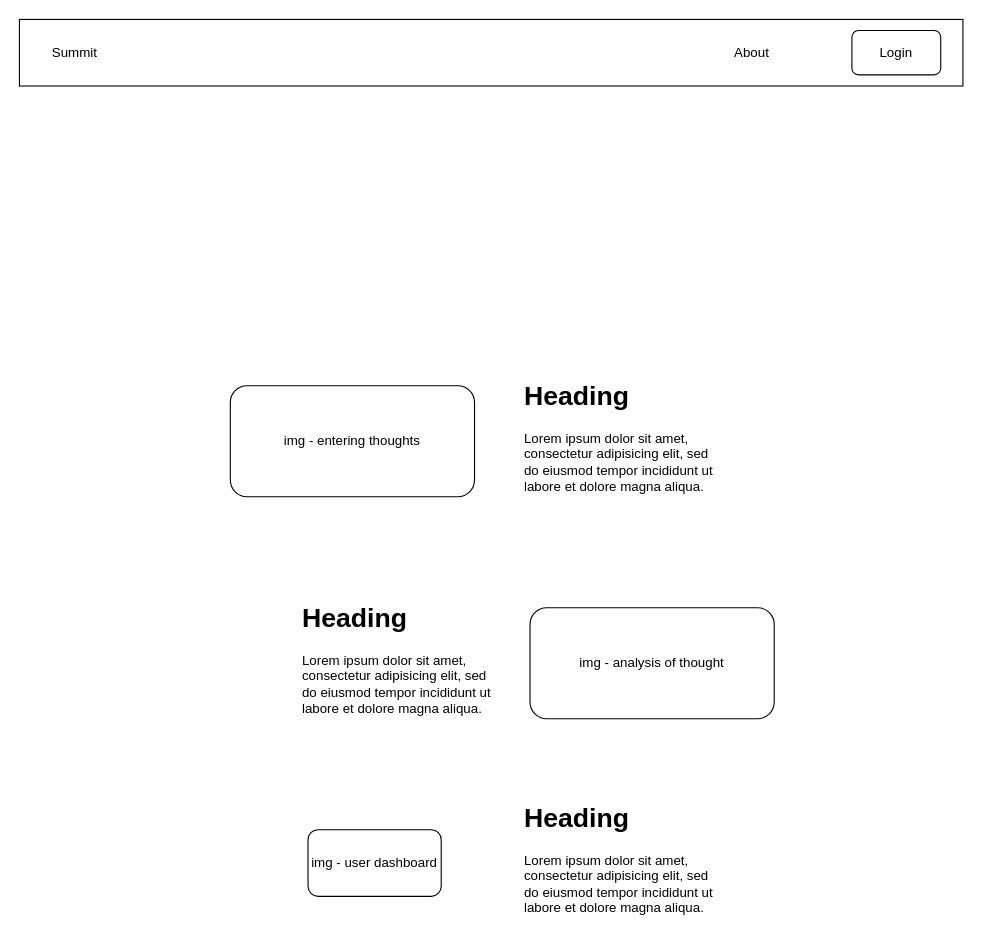
Before: page "Home - Not Logged In" (1 of 7) of planningStuff/Wireframes.dio in arnquic/mental_state_frontend, a draw.io diagram. Source tidied: cells renumbered, new cells numbered last; positions are measured from the earlier drawing's top-left corner, leaving out a move shared by most shapes. Both pictures are drawn from the tidied source at 111%, with x=0, y=0 at pixel (19, 19).
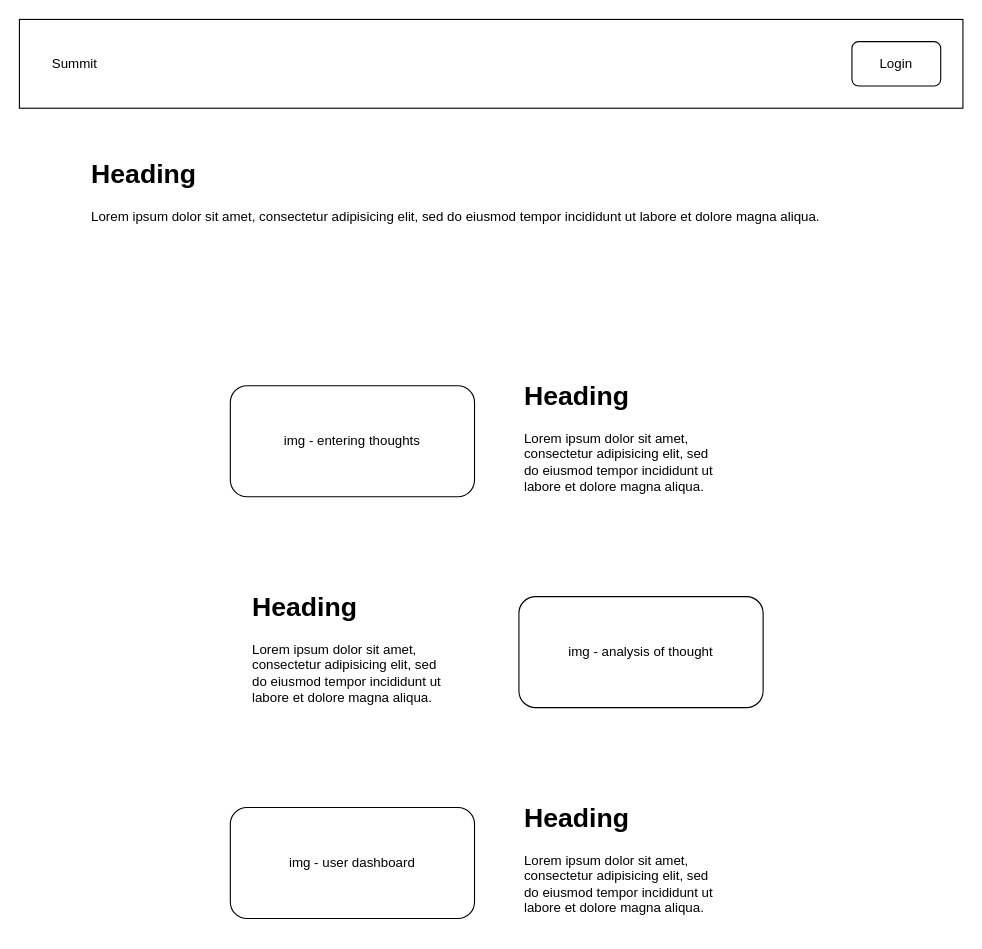
Above is the later version.

Diff of the diagram source:
```diff
@@
 <mxGraphModel>
   <root>
-    <mxCell id="0" />
-    <mxCell id="1" parent="0" />
+    <mxCell id="12" />
+    <mxCell id="13" parent="12" />
+    <mxCell id="11" value="img - user dashboard" style="rounded=1;whiteSpace=wrap;html=1;" parent="13" vertex="1">
+      <mxGeometry x="190" y="710" width="220" height="100" as="geometry" />
+    </mxCell>
-    <mxCell id="2" value="img - analysis of thought" style="rounded=1;whiteSpace=wrap;html=1;" parent="1" vertex="1">
-      <mxGeometry x="460" y="530" width="220" height="100" as="geometry" />
+    <mxCell id="2" value="img - analysis of thought" style="rounded=1;whiteSpace=wrap;html=1;" parent="13" vertex="1">
+      <mxGeometry x="450" y="520" width="220" height="100" as="geometry" />
     </mxCell>
-    <mxCell id="3" value="&lt;h1&gt;Heading&lt;/h1&gt;&lt;p&gt;Lorem ipsum dolor sit amet, consectetur adipisicing elit, sed do eiusmod tempor incididunt ut labore et dolore magna aliqua.&lt;/p&gt;" style="text;html=1;strokeColor=none;fillColor=none;spacing=5;spacingTop=-20;whiteSpace=wrap;overflow=hidden;rounded=0;" parent="1" vertex="1">
+    <mxCell id="3" value="&lt;h1&gt;Heading&lt;/h1&gt;&lt;p&gt;Lorem ipsum dolor sit amet, consectetur adipisicing elit, sed do eiusmod tempor incididunt ut labore et dolore magna aliqua.&lt;/p&gt;" style="text;html=1;strokeColor=none;fillColor=none;spacing=5;spacingTop=-20;whiteSpace=wrap;overflow=hidden;rounded=0;" parent="13" vertex="1">
       <mxGeometry x="450" y="320" width="190" height="120" as="geometry" />
     </mxCell>
-    <mxCell id="4" value="img - entering thoughts" style="rounded=1;whiteSpace=wrap;html=1;" parent="1" vertex="1">
+    <mxCell id="4" value="img - entering thoughts" style="rounded=1;whiteSpace=wrap;html=1;" parent="13" vertex="1">
       <mxGeometry x="190" y="330" width="220" height="100" as="geometry" />
     </mxCell>
-    <mxCell id="5" value="&lt;h1&gt;Heading&lt;/h1&gt;&lt;p&gt;Lorem ipsum dolor sit amet, consectetur adipisicing elit, sed do eiusmod tempor incididunt ut labore et dolore magna aliqua.&lt;/p&gt;" style="text;html=1;strokeColor=none;fillColor=none;spacing=5;spacingTop=-20;whiteSpace=wrap;overflow=hidden;rounded=0;" parent="1" vertex="1">
-      <mxGeometry x="250" y="520" width="190" height="120" as="geometry" />
-    </mxCell>
-    <mxCell id="6" style="rounded=0;whiteSpace=wrap;html=1;" parent="1" vertex="1">
-      <mxGeometry width="850" height="60" as="geometry" />
-    </mxCell>
+    <mxCell id="14" value="&lt;h1&gt;Heading&lt;/h1&gt;&lt;p&gt;Lorem ipsum dolor sit amet, consectetur adipisicing elit, sed do eiusmod tempor incididunt ut labore et dolore magna aliqua.&lt;/p&gt;" style="text;html=1;strokeColor=none;fillColor=none;spacing=5;spacingTop=-20;whiteSpace=wrap;overflow=hidden;rounded=0;" parent="13" vertex="1">
+      <mxGeometry x="205" y="510" width="190" height="120" as="geometry" />
+    </mxCell>
+    <mxCell id="15" style="rounded=0;whiteSpace=wrap;html=1;" parent="13" vertex="1">
+      <mxGeometry width="850" height="80" as="geometry" />
+    </mxCell>
-    <mxCell id="7" value="Login" style="rounded=1;whiteSpace=wrap;html=1;" parent="1" vertex="1">
-      <mxGeometry x="750" y="10" width="80" height="40" as="geometry" />
+    <mxCell id="7" value="Login" style="rounded=1;whiteSpace=wrap;html=1;" parent="13" vertex="1">
+      <mxGeometry x="750" y="20" width="80" height="40" as="geometry" />
     </mxCell>
-    <mxCell id="8" value="Summit" style="text;html=1;strokeColor=none;fillColor=none;align=center;verticalAlign=middle;whiteSpace=wrap;rounded=0;" parent="1" vertex="1">
-      <mxGeometry x="20" y="15" width="60" height="30" as="geometry" />
+    <mxCell id="8" value="Summit" style="text;html=1;strokeColor=none;fillColor=none;align=center;verticalAlign=middle;whiteSpace=wrap;rounded=0;" parent="13" vertex="1">
+      <mxGeometry x="20" y="25" width="60" height="30" as="geometry" />
     </mxCell>
-    <mxCell id="9" value="About" style="text;html=1;strokeColor=none;fillColor=none;align=center;verticalAlign=middle;whiteSpace=wrap;rounded=0;" parent="1" vertex="1">
-      <mxGeometry x="630" y="15" width="60" height="30" as="geometry" />
-    </mxCell>
-    <mxCell id="10" value="&lt;h1&gt;Heading&lt;/h1&gt;&lt;p&gt;Lorem ipsum dolor sit amet, consectetur adipisicing elit, sed do eiusmod tempor incididunt ut labore et dolore magna aliqua.&lt;/p&gt;" style="text;html=1;strokeColor=none;fillColor=none;spacing=5;spacingTop=-20;whiteSpace=wrap;overflow=hidden;rounded=0;" parent="1" vertex="1">
+    <mxCell id="10" value="&lt;h1&gt;Heading&lt;/h1&gt;&lt;p&gt;Lorem ipsum dolor sit amet, consectetur adipisicing elit, sed do eiusmod tempor incididunt ut labore et dolore magna aliqua.&lt;/p&gt;" style="text;html=1;strokeColor=none;fillColor=none;spacing=5;spacingTop=-20;whiteSpace=wrap;overflow=hidden;rounded=0;" parent="13" vertex="1">
       <mxGeometry x="450" y="700" width="190" height="120" as="geometry" />
     </mxCell>
-    <mxCell id="11" value="img - user dashboard" style="rounded=1;whiteSpace=wrap;html=1;" parent="1" vertex="1">
-      <mxGeometry x="260" y="730" width="120" height="60" as="geometry" />
-    </mxCell>
+    <mxCell id="16" value="&lt;h1&gt;Heading&lt;/h1&gt;&lt;p&gt;Lorem ipsum dolor sit amet, consectetur adipisicing elit, sed do eiusmod tempor incididunt ut labore et dolore magna aliqua.&lt;/p&gt;" style="text;html=1;strokeColor=none;fillColor=none;spacing=5;spacingTop=-20;whiteSpace=wrap;overflow=hidden;rounded=0;" parent="13" vertex="1">
+      <mxGeometry x="60" y="120" width="730" height="120" as="geometry" />
+    </mxCell>
   </root>
 </mxGraphModel>
```
